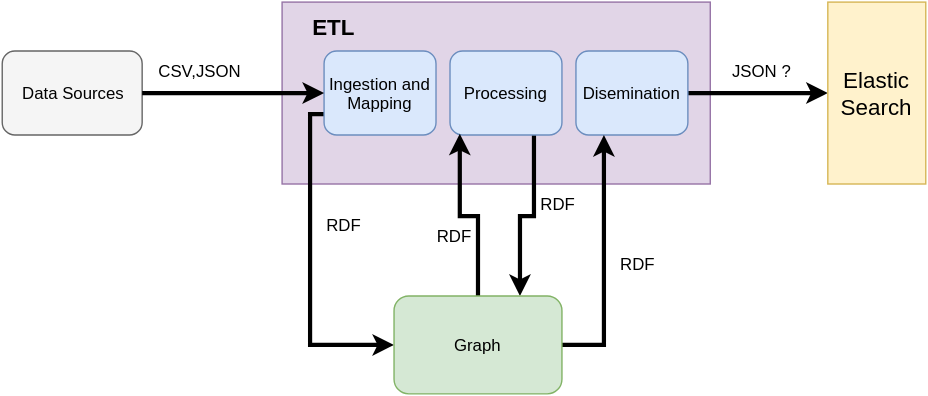
The draw.io diagram images/etl_workflow.svg in ATTX-project/ATTX-project.github.io, before a commit. Source tidied: cells renumbered, new cells last; positions are measured from the earlier drawing's top-left corner, leaving out a move shared by most shapes.
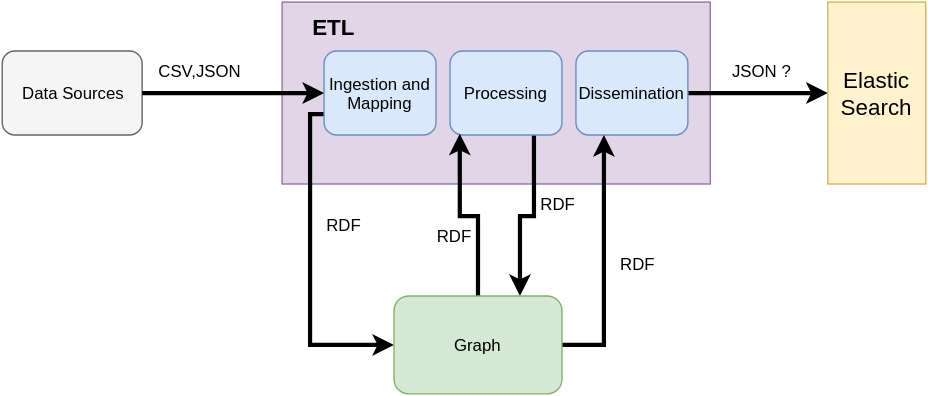
The same diagram one commit later.

What changed in the source:
```diff
@@ -28,7 +28,7 @@
     <mxCell id="8" style="edgeStyle=orthogonalEdgeStyle;rounded=0;html=1;exitX=1;exitY=0.5;jettySize=auto;strokeWidth=3;fontSize=16;" parent="1" edge="1" source="9" target="16">
       <mxGeometry relative="1" as="geometry" />
     </mxCell>
-    <mxCell id="9" value="Disemination" style="rounded=1;whiteSpace=wrap;html=1;fillColor=#dae8fc;strokeColor=#6c8ebf;" parent="1" vertex="1">
+    <mxCell id="9" value="Dissemination" style="rounded=1;whiteSpace=wrap;html=1;fillColor=#dae8fc;strokeColor=#6c8ebf;" parent="1" vertex="1">
       <mxGeometry x="410" y="35" width="80" height="60" as="geometry" />
     </mxCell>
     <mxCell id="10" style="edgeStyle=orthogonalEdgeStyle;rounded=0;html=1;exitX=0.5;exitY=0;entryX=0.088;entryY=0.983;entryPerimeter=0;jettySize=auto;strokeWidth=3;" parent="1" edge="1" source="12" target="7">
```
